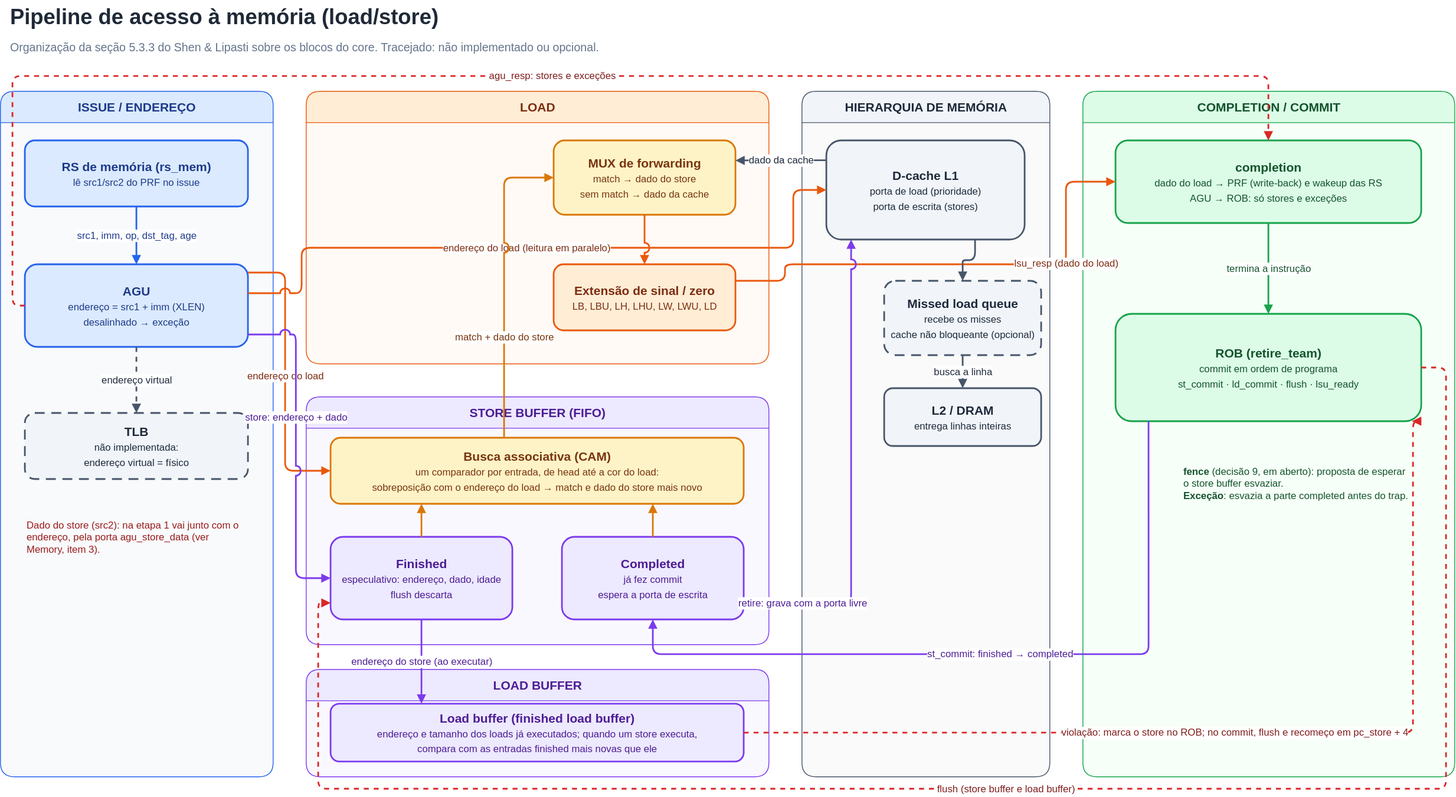
Before: docs/desenho_caminho_dados/memory_datapath/memory.drawio.svg, a diagram exported from draw.io (SoaresDavidson/superscalar-riscv). Source tidied: cells renumbered, new cells last; positions are measured from the earlier drawing's top-left corner, leaving out a move shared by most shapes.
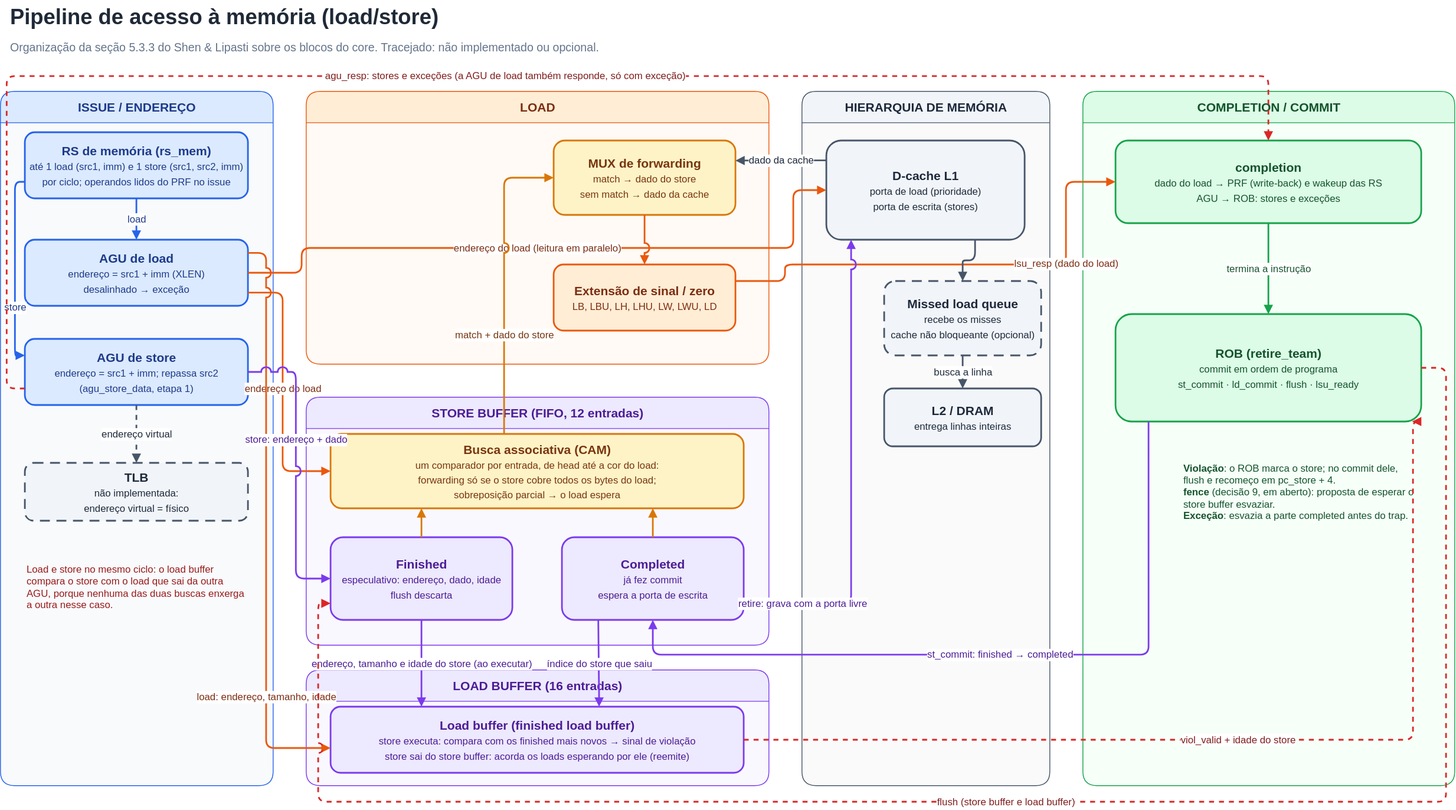
After the change.

Commit message:
docs(memory): duas AGUs, sinal de violação e despertar de loads no diagrama

What changed in the source:
```diff
@@ -11,12 +11,15 @@
     <mxCell id="4" value="ISSUE / ENDEREÇO" style="swimlane;html=1;rounded=1;startSize=38;horizontal=1;fillColor=#DBEAFE;swimlaneFillColor=#F8FAFC;strokeColor=#2563EB;fontColor=#1E3A8A;fontStyle=1;fontSize=15;" parent="1" vertex="1">
-      <mxGeometry y="110" width="330" height="830" as="geometry" />
+      <mxGeometry y="110" width="330" height="840" as="geometry" />
     </mxCell>
-    <mxCell id="5" value="&lt;b&gt;RS de memória (rs_mem)&lt;/b&gt;&lt;br&gt;&lt;font style=&quot;font-size:12px;font-weight:normal&quot;&gt;lê src1/src2 do PRF no issue&lt;/font&gt;" style="rounded=1;whiteSpace=wrap;html=1;fillColor=#DBEAFE;strokeColor=#2563EB;strokeWidth=2;fontSize=15;fontColor=#1E3A8A;" parent="4" vertex="1">
-      <mxGeometry x="30" y="60" width="270" height="80" as="geometry" />
+    <mxCell id="5" value="&lt;b&gt;RS de memória (rs_mem)&lt;/b&gt;&lt;br&gt;&lt;font style=&quot;font-size:12px;font-weight:normal&quot;&gt;até 1 load (src1, imm) e 1 store (src1, src2, imm)&lt;br&gt;por ciclo; operandos lidos do PRF no issue&lt;/font&gt;" style="rounded=1;whiteSpace=wrap;html=1;fillColor=#DBEAFE;strokeColor=#2563EB;strokeWidth=2;fontSize=15;fontColor=#1E3A8A;" parent="4" vertex="1">
+      <mxGeometry x="30" y="50" width="270" height="80" as="geometry" />
     </mxCell>
-    <mxCell id="6" value="&lt;b&gt;AGU&lt;/b&gt;&lt;br&gt;&lt;font style=&quot;font-size:12px;font-weight:normal&quot;&gt;endereço = src1 + imm (XLEN)&lt;br&gt;desalinhado → exceção&lt;/font&gt;" style="rounded=1;whiteSpace=wrap;html=1;fillColor=#DBEAFE;strokeColor=#2563EB;strokeWidth=2;fontSize=15;fontColor=#1E3A8A;" parent="4" vertex="1">
-      <mxGeometry x="30" y="210" width="270" height="100" as="geometry" />
-    </mxCell>
+    <mxCell id="46" value="&lt;b&gt;AGU de load&lt;/b&gt;&lt;br&gt;&lt;font style=&quot;font-size:12px;font-weight:normal&quot;&gt;endereço = src1 + imm (XLEN)&lt;br&gt;desalinhado → exceção&lt;/font&gt;" style="rounded=1;whiteSpace=wrap;html=1;fillColor=#DBEAFE;strokeColor=#2563EB;strokeWidth=2;fontSize=15;fontColor=#1E3A8A;" parent="4" vertex="1">
+      <mxGeometry x="30" y="180" width="270" height="80" as="geometry" />
+    </mxCell>
+    <mxCell id="47" value="&lt;b&gt;AGU de store&lt;/b&gt;&lt;br&gt;&lt;font style=&quot;font-size:12px;font-weight:normal&quot;&gt;endereço = src1 + imm; repassa src2&lt;br&gt;(agu_store_data, etapa 1)&lt;/font&gt;" style="rounded=1;whiteSpace=wrap;html=1;fillColor=#DBEAFE;strokeColor=#2563EB;strokeWidth=2;fontSize=15;fontColor=#1E3A8A;" parent="4" vertex="1">
+      <mxGeometry x="30" y="300" width="270" height="80" as="geometry" />
+    </mxCell>
     <mxCell id="7" value="&lt;b&gt;TLB&lt;/b&gt;&lt;br&gt;&lt;font style=&quot;font-size:12px;font-weight:normal&quot;&gt;não implementada:&lt;br&gt;endereço virtual = físico&lt;/font&gt;" style="rounded=1;whiteSpace=wrap;html=1;fillColor=#F1F5F9;strokeColor=#475569;strokeWidth=2;fontSize=15;fontColor=#1E293B;dashed=1;dashPattern=6 4;" parent="4" vertex="1">
-      <mxGeometry x="30" y="390" width="270" height="80" as="geometry" />
+      <mxGeometry x="30" y="450" width="270" height="70" as="geometry" />
     </mxCell>
@@ -31,7 +34,7 @@
     </mxCell>
-    <mxCell id="11" value="STORE BUFFER (FIFO)" style="swimlane;html=1;rounded=1;startSize=38;horizontal=1;fillColor=#EDE9FE;swimlaneFillColor=#FAF8FF;strokeColor=#7C3AED;fontColor=#4C1D95;fontStyle=1;fontSize=15;" parent="1" vertex="1">
+    <mxCell id="11" value="STORE BUFFER (FIFO, 12 entradas)" style="swimlane;html=1;rounded=1;startSize=38;horizontal=1;fillColor=#EDE9FE;swimlaneFillColor=#FAF8FF;strokeColor=#7C3AED;fontColor=#4C1D95;fontStyle=1;fontSize=15;" parent="1" vertex="1">
       <mxGeometry x="370" y="480" width="560" height="300" as="geometry" />
     </mxCell>
-    <mxCell id="12" value="&lt;b&gt;Busca associativa (CAM)&lt;/b&gt;&lt;br&gt;&lt;font style=&quot;font-size:12px;font-weight:normal&quot;&gt;um comparador por entrada, de head até a cor do load:&lt;br&gt;sobreposição com o endereço do load → match e dado do store mais novo&lt;/font&gt;" style="rounded=1;whiteSpace=wrap;html=1;fillColor=#FEF3C7;strokeColor=#D97706;strokeWidth=2;fontSize=15;fontColor=#78350F;" parent="11" vertex="1">
-      <mxGeometry x="30" y="50" width="500" height="80" as="geometry" />
+    <mxCell id="12" value="&lt;b&gt;Busca associativa (CAM)&lt;/b&gt;&lt;br&gt;&lt;font style=&quot;font-size:12px;font-weight:normal&quot;&gt;um comparador por entrada, de head até a cor do load:&lt;br&gt;forwarding só se o store cobre todos os bytes do load;&lt;br&gt;sobreposição parcial → o load espera&lt;/font&gt;" style="rounded=1;whiteSpace=wrap;html=1;fillColor=#FEF3C7;strokeColor=#D97706;strokeWidth=2;fontSize=15;fontColor=#78350F;" parent="11" vertex="1">
+      <mxGeometry x="30" y="45" width="500" height="90" as="geometry" />
     </mxCell>
@@ -43,10 +46,10 @@
     </mxCell>
-    <mxCell id="15" value="LOAD BUFFER" style="swimlane;html=1;rounded=1;startSize=38;horizontal=1;fillColor=#EDE9FE;swimlaneFillColor=#FAF8FF;strokeColor=#7C3AED;fontColor=#4C1D95;fontStyle=1;fontSize=15;" parent="1" vertex="1">
-      <mxGeometry x="370" y="810" width="560" height="130" as="geometry" />
+    <mxCell id="15" value="LOAD BUFFER (16 entradas)" style="swimlane;html=1;rounded=1;startSize=38;horizontal=1;fillColor=#EDE9FE;swimlaneFillColor=#FAF8FF;strokeColor=#7C3AED;fontColor=#4C1D95;fontStyle=1;fontSize=15;" parent="1" vertex="1">
+      <mxGeometry x="370" y="810" width="560" height="140" as="geometry" />
     </mxCell>
-    <mxCell id="16" value="&lt;b&gt;Load buffer (finished load buffer)&lt;/b&gt;&lt;br&gt;&lt;font style=&quot;font-size:12px;font-weight:normal&quot;&gt;endereço e tamanho dos loads já executados; quando um store executa,&lt;br&gt;compara com as entradas finished mais novas que ele&lt;/font&gt;" style="rounded=1;whiteSpace=wrap;html=1;fillColor=#EDE9FE;strokeColor=#7C3AED;strokeWidth=2;fontSize=15;fontColor=#4C1D95;" parent="15" vertex="1">
-      <mxGeometry x="30" y="42" width="500" height="70" as="geometry" />
+    <mxCell id="16" value="&lt;b&gt;Load buffer (finished load buffer)&lt;/b&gt;&lt;br&gt;&lt;font style=&quot;font-size:12px;font-weight:normal&quot;&gt;store executa: compara com os finished mais novos → sinal de violação&lt;br&gt;store sai do store buffer: acorda os loads esperando por ele (reemite)&lt;/font&gt;" style="rounded=1;whiteSpace=wrap;html=1;fillColor=#EDE9FE;strokeColor=#7C3AED;strokeWidth=2;fontSize=15;fontColor=#4C1D95;" parent="15" vertex="1">
+      <mxGeometry x="30" y="45" width="500" height="80" as="geometry" />
     </mxCell>
     <mxCell id="17" value="HIERARQUIA DE MEMÓRIA" style="swimlane;html=1;rounded=1;startSize=38;horizontal=1;fillColor=#F1F5F9;swimlaneFillColor=#FAFAFA;strokeColor=#475569;fontColor=#1E293B;fontStyle=1;fontSize=15;" parent="1" vertex="1">
-      <mxGeometry x="970" y="110" width="300" height="830" as="geometry" />
+      <mxGeometry x="970" y="110" width="300" height="840" as="geometry" />
     </mxCell>
@@ -62,5 +65,5 @@
     <mxCell id="21" value="COMPLETION / COMMIT" style="swimlane;html=1;rounded=1;startSize=38;horizontal=1;fillColor=#DCFCE7;swimlaneFillColor=#F6FFF8;strokeColor=#16A34A;fontColor=#14532D;fontStyle=1;fontSize=15;" parent="1" vertex="1">
-      <mxGeometry x="1310" y="110" width="450" height="830" as="geometry" />
+      <mxGeometry x="1310" y="110" width="450" height="840" as="geometry" />
     </mxCell>
-    <mxCell id="22" value="&lt;b&gt;completion&lt;/b&gt;&lt;br&gt;&lt;font style=&quot;font-size:12px;font-weight:normal&quot;&gt;dado do load → PRF (write-back) e wakeup das RS&lt;br&gt;AGU → ROB: só stores e exceções&lt;/font&gt;" style="rounded=1;whiteSpace=wrap;html=1;fillColor=#DCFCE7;strokeColor=#16A34A;strokeWidth=2;fontSize=15;fontColor=#14532D;" parent="21" vertex="1">
+    <mxCell id="22" value="&lt;b&gt;completion&lt;/b&gt;&lt;br&gt;&lt;font style=&quot;font-size:12px;font-weight:normal&quot;&gt;dado do load → PRF (write-back) e wakeup das RS&lt;br&gt;AGU → ROB: stores e exceções&lt;/font&gt;" style="rounded=1;whiteSpace=wrap;html=1;fillColor=#DCFCE7;strokeColor=#16A34A;strokeWidth=2;fontSize=15;fontColor=#14532D;" parent="21" vertex="1">
       <mxGeometry x="40" y="60" width="370" height="100" as="geometry" />
@@ -70,19 +73,27 @@
     </mxCell>
-    <mxCell id="24" value="Dado do store (src2): na etapa 1 vai junto com o endereço, pela porta agu_store_data (ver Memory, item 3)." style="text;html=1;whiteSpace=wrap;align=left;verticalAlign=middle;fontSize=12;fontColor=#991B1B;fontStyle=0;" parent="1" vertex="1">
-      <mxGeometry x="30" y="620" width="270" height="60" as="geometry" />
+    <mxCell id="24" value="Load e store no mesmo ciclo: o load buffer compara o store com o load que sai da outra AGU, porque nenhuma das duas buscas enxerga a outra nesse caso." style="text;html=1;whiteSpace=wrap;align=left;verticalAlign=middle;fontSize=12;fontColor=#991B1B;fontStyle=0;" parent="1" vertex="1">
+      <mxGeometry x="30" y="670" width="270" height="80" as="geometry" />
     </mxCell>
-    <mxCell id="25" value="&lt;b&gt;fence&lt;/b&gt; (decisão 9, em aberto): proposta de esperar o store buffer esvaziar.&lt;br&gt;&lt;b&gt;Exceção&lt;/b&gt;: esvazia a parte completed antes do trap." style="text;html=1;whiteSpace=wrap;align=left;verticalAlign=middle;fontSize=12;fontColor=#14532D;fontStyle=0;" parent="1" vertex="1">
-      <mxGeometry x="1430" y="550" width="280" height="70" as="geometry" />
+    <mxCell id="25" value="&lt;b&gt;Violação&lt;/b&gt;: o ROB marca o store; no commit dele, flush e recomeço em pc_store + 4.&lt;br&gt;&lt;b&gt;fence&lt;/b&gt; (decisão 9, em aberto): proposta de esperar o store buffer esvaziar.&lt;br&gt;&lt;b&gt;Exceção&lt;/b&gt;: esvazia a parte completed antes do trap." style="text;html=1;whiteSpace=wrap;align=left;verticalAlign=middle;fontSize=12;fontColor=#14532D;fontStyle=0;" parent="1" vertex="1">
+      <mxGeometry x="1430" y="540" width="290" height="110" as="geometry" />
     </mxCell>
-    <mxCell id="26" value="src1, imm, op, dst_tag, age" style="edgeStyle=orthogonalEdgeStyle;rounded=1;jettySize=auto;html=1;strokeWidth=2;strokeColor=#2563EB;endArrow=block;endFill=1;fontSize=12;fontColor=#1E3A8A;labelBackgroundColor=#FFFFFF;jumpStyle=arc;jumpSize=10;" parent="1" edge="1" source="5" target="6">
+    <mxCell id="26" value="load" style="edgeStyle=orthogonalEdgeStyle;rounded=1;jettySize=auto;html=1;strokeWidth=2;strokeColor=#2563EB;endArrow=block;endFill=1;fontSize=12;fontColor=#1E3A8A;labelBackgroundColor=#FFFFFF;jumpStyle=arc;jumpSize=10;" parent="1" edge="1" source="5" target="46">
       <mxGeometry relative="1" as="geometry" />
     </mxCell>
+    <mxCell id="48" value="store" style="edgeStyle=orthogonalEdgeStyle;rounded=1;jettySize=auto;html=1;strokeWidth=2;strokeColor=#2563EB;endArrow=block;endFill=1;fontSize=12;fontColor=#1E3A8A;labelBackgroundColor=#FFFFFF;jumpStyle=arc;jumpSize=10;exitX=0;exitY=0.75;exitDx=0;exitDy=0;entryX=0;entryY=0.25;entryDx=0;entryDy=0;" parent="1" edge="1" source="5" target="47">
+      <mxGeometry x="0.4" relative="1" as="geometry">
+        <Array as="points">
+          <mxPoint x="18" y="220" />
+          <mxPoint x="18" y="430" />
+        </Array>
+      </mxGeometry>
+    </mxCell>
-    <mxCell id="27" value="endereço virtual" style="edgeStyle=orthogonalEdgeStyle;rounded=1;jettySize=auto;html=1;strokeWidth=2;strokeColor=#475569;endArrow=block;endFill=1;fontSize=12;fontColor=#1E293B;labelBackgroundColor=#FFFFFF;jumpStyle=arc;jumpSize=10;dashed=1;" parent="1" edge="1" source="6" target="7">
+    <mxCell id="27" value="endereço virtual" style="edgeStyle=orthogonalEdgeStyle;rounded=1;jettySize=auto;html=1;strokeWidth=2;strokeColor=#475569;endArrow=block;endFill=1;fontSize=12;fontColor=#1E293B;labelBackgroundColor=#FFFFFF;jumpStyle=arc;jumpSize=10;dashed=1;" parent="1" edge="1" source="47" target="7">
       <mxGeometry relative="1" as="geometry" />
     </mxCell>
-    <mxCell id="28" value="endereço do load" style="edgeStyle=orthogonalEdgeStyle;rounded=1;jettySize=auto;html=1;strokeWidth=2;strokeColor=#EA580C;endArrow=block;endFill=1;fontSize=12;fontColor=#7C2D12;labelBackgroundColor=#FFFFFF;jumpStyle=arc;jumpSize=10;exitX=1;exitY=0.1;exitDx=0;exitDy=0;entryX=0;entryY=0.5;entryDx=0;entryDy=0;" parent="1" edge="1" source="6" target="12">
+    <mxCell id="28" value="endereço do load" style="edgeStyle=orthogonalEdgeStyle;rounded=1;jettySize=auto;html=1;strokeWidth=2;strokeColor=#EA580C;endArrow=block;endFill=1;fontSize=12;fontColor=#7C2D12;labelBackgroundColor=#FFFFFF;jumpStyle=arc;jumpSize=10;exitX=1;exitY=0.8;exitDx=0;exitDy=0;entryX=0;entryY=0.5;entryDx=0;entryDy=0;" parent="1" edge="1" source="46" target="12">
       <mxGeometry relative="1" as="geometry">
         <Array as="points">
-          <mxPoint x="345" y="330" />
-          <mxPoint x="345" y="570" />
+          <mxPoint x="342" y="354" />
+          <mxPoint x="342" y="570" />
         </Array>
@@ -90,6 +101,6 @@
     </mxCell>
-    <mxCell id="29" value="endereço do load (leitura em paralelo)" style="edgeStyle=orthogonalEdgeStyle;rounded=1;jettySize=auto;html=1;strokeWidth=2;strokeColor=#EA580C;endArrow=block;endFill=1;fontSize=12;fontColor=#7C2D12;labelBackgroundColor=#FFFFFF;jumpStyle=arc;jumpSize=10;exitX=1;exitY=0.35;exitDx=0;exitDy=0;entryX=0;entryY=0.5;entryDx=0;entryDy=0;" parent="1" edge="1" source="6" target="18">
+    <mxCell id="29" value="endereço do load (leitura em paralelo)" style="edgeStyle=orthogonalEdgeStyle;rounded=1;jettySize=auto;html=1;strokeWidth=2;strokeColor=#EA580C;endArrow=block;endFill=1;fontSize=12;fontColor=#7C2D12;labelBackgroundColor=#FFFFFF;jumpStyle=arc;jumpSize=10;exitX=1;exitY=0.5;exitDx=0;exitDy=0;entryX=0;entryY=0.5;entryDx=0;entryDy=0;" parent="1" edge="1" source="46" target="18">
       <mxGeometry x="-0.05" relative="1" as="geometry">
         <Array as="points">
-          <mxPoint x="365" y="355" />
+          <mxPoint x="365" y="330" />
           <mxPoint x="365" y="300" />
@@ -100,6 +111,14 @@
     </mxCell>
+    <mxCell id="49" value="load: endereço, tamanho, idade" style="edgeStyle=orthogonalEdgeStyle;rounded=1;jettySize=auto;html=1;strokeWidth=2;strokeColor=#EA580C;endArrow=block;endFill=1;fontSize=12;fontColor=#7C2D12;labelBackgroundColor=#FFFFFF;jumpStyle=arc;jumpSize=10;exitX=1;exitY=0.2;exitDx=0;exitDy=0;entryX=0;entryY=0.625;entryDx=0;entryDy=0;" parent="1" edge="1" source="46" target="16">
+      <mxGeometry x="0.6" relative="1" as="geometry">
+        <Array as="points">
+          <mxPoint x="322" y="306" />
+          <mxPoint x="322" y="905" />
+        </Array>
+      </mxGeometry>
+    </mxCell>
-    <mxCell id="30" value="store: endereço + dado" style="edgeStyle=orthogonalEdgeStyle;rounded=1;jettySize=auto;html=1;strokeWidth=2;strokeColor=#7C3AED;endArrow=block;endFill=1;fontSize=12;fontColor=#4C1D95;labelBackgroundColor=#FFFFFF;jumpStyle=arc;jumpSize=10;exitX=1;exitY=0.85;exitDx=0;exitDy=0;entryX=0;entryY=0.5;entryDx=0;entryDy=0;" parent="1" edge="1" source="6" target="13">
+    <mxCell id="30" value="store: endereço + dado" style="edgeStyle=orthogonalEdgeStyle;rounded=1;jettySize=auto;html=1;strokeWidth=2;strokeColor=#7C3AED;endArrow=block;endFill=1;fontSize=12;fontColor=#4C1D95;labelBackgroundColor=#FFFFFF;jumpStyle=arc;jumpSize=10;exitX=1;exitY=0.5;exitDx=0;exitDy=0;entryX=0;entryY=0.5;entryDx=0;entryDy=0;" parent="1" edge="1" source="47" target="13">
       <mxGeometry x="-0.2" relative="1" as="geometry">
         <Array as="points">
-          <mxPoint x="358" y="405" />
+          <mxPoint x="358" y="450" />
           <mxPoint x="358" y="700" />
@@ -114,2 +133,8 @@
     </mxCell>
+    <mxCell id="44" value="endereço, tamanho e idade do store (ao executar)" style="edgeStyle=orthogonalEdgeStyle;rounded=1;jettySize=auto;html=1;strokeWidth=2;strokeColor=#7C3AED;endArrow=block;endFill=1;fontSize=12;fontColor=#4C1D95;labelBackgroundColor=#FFFFFF;jumpStyle=arc;jumpSize=10;exitX=0.5;exitY=1;exitDx=0;exitDy=0;entryX=0.22;entryY=0;entryDx=0;entryDy=0;" parent="1" edge="1" source="13" target="16">
+      <mxGeometry relative="1" as="geometry" />
+    </mxCell>
+    <mxCell id="50" value="índice do store que saiu" style="edgeStyle=orthogonalEdgeStyle;rounded=1;jettySize=auto;html=1;strokeWidth=2;strokeColor=#7C3AED;endArrow=block;endFill=1;fontSize=12;fontColor=#4C1D95;labelBackgroundColor=#FFFFFF;jumpStyle=arc;jumpSize=10;exitX=0.2;exitY=1;exitDx=0;exitDy=0;entryX=0.65;entryY=0;entryDx=0;entryDy=0;" parent="1" edge="1" source="14" target="16">
+      <mxGeometry relative="1" as="geometry" />
+    </mxCell>
     <mxCell id="33" value="match + dado do store" style="edgeStyle=orthogonalEdgeStyle;rounded=1;jettySize=auto;html=1;strokeWidth=2;strokeColor=#D97706;endArrow=block;endFill=1;fontSize=12;fontColor=#78350F;labelBackgroundColor=#FFFFFF;jumpStyle=arc;jumpSize=10;exitX=0.42;exitY=0;exitDx=0;exitDy=0;entryX=0;entryY=0.5;entryDx=0;entryDy=0;" parent="1" edge="1" source="12" target="9">
@@ -117,3 +142,3 @@
         <Array as="points">
-          <mxPoint x="610" y="530" />
+          <mxPoint x="610" y="525" />
           <mxPoint x="610" y="215" />
@@ -138,7 +163,7 @@
     </mxCell>
-    <mxCell id="37" value="agu_resp: stores e exceções" style="edgeStyle=orthogonalEdgeStyle;rounded=1;jettySize=auto;html=1;strokeWidth=2;strokeColor=#DC2626;endArrow=block;endFill=1;fontSize=12;fontColor=#7F1D1D;labelBackgroundColor=#FFFFFF;jumpStyle=arc;jumpSize=10;dashed=1;exitX=0;exitY=0.5;exitDx=0;exitDy=0;entryX=0.5;entryY=0;entryDx=0;entryDy=0;" parent="1" edge="1" source="6" target="22">
+    <mxCell id="37" value="agu_resp: stores e exceções (a AGU de load também responde, só com exceção)" style="edgeStyle=orthogonalEdgeStyle;rounded=1;jettySize=auto;html=1;strokeWidth=2;strokeColor=#DC2626;endArrow=block;endFill=1;fontSize=12;fontColor=#7F1D1D;labelBackgroundColor=#FFFFFF;jumpStyle=arc;jumpSize=10;dashed=1;exitX=0;exitY=0.75;exitDx=0;exitDy=0;entryX=0.5;entryY=0;entryDx=0;entryDy=0;" parent="1" edge="1" source="47" target="22">
       <mxGeometry relative="1" as="geometry">
         <Array as="points">
-          <mxPoint x="15" y="370" />
-          <mxPoint x="15" y="92" />
+          <mxPoint x="8" y="470" />
+          <mxPoint x="8" y="92" />
           <mxPoint x="1535" y="92" />
@@ -169,4 +194,4 @@
           <mxPoint x="1750" y="445" />
-          <mxPoint x="1750" y="955" />
-          <mxPoint x="385" y="955" />
+          <mxPoint x="1750" y="970" />
+          <mxPoint x="385" y="970" />
           <mxPoint x="385" y="730" />
@@ -181,9 +206,6 @@
     </mxCell>
-    <mxCell id="44" value="endereço do store (ao executar)" style="edgeStyle=orthogonalEdgeStyle;rounded=1;jettySize=auto;html=1;strokeWidth=2;strokeColor=#7C3AED;endArrow=block;endFill=1;fontSize=12;fontColor=#4C1D95;labelBackgroundColor=#FFFFFF;jumpStyle=arc;jumpSize=10;exitX=0.5;exitY=1;exitDx=0;exitDy=0;entryX=0.22;entryY=0;entryDx=0;entryDy=0;" parent="1" edge="1" source="13" target="16">
-      <mxGeometry relative="1" as="geometry" />
-    </mxCell>
-    <mxCell id="45" value="violação: marca o store no ROB; no commit, flush e recomeço em pc_store + 4" style="edgeStyle=orthogonalEdgeStyle;rounded=1;jettySize=auto;html=1;strokeWidth=2;strokeColor=#DC2626;endArrow=block;endFill=1;fontSize=12;fontColor=#7F1D1D;labelBackgroundColor=#FFFFFF;jumpStyle=arc;jumpSize=10;dashed=1;exitX=1;exitY=0.5;exitDx=0;exitDy=0;entryX=0.97;entryY=1;entryDx=0;entryDy=0;" parent="1" edge="1" source="16" target="23">
+    <mxCell id="45" value="viol_valid + idade do store" style="edgeStyle=orthogonalEdgeStyle;rounded=1;jettySize=auto;html=1;strokeWidth=2;strokeColor=#DC2626;endArrow=block;endFill=1;fontSize=12;fontColor=#7F1D1D;labelBackgroundColor=#FFFFFF;jumpStyle=arc;jumpSize=10;dashed=1;exitX=1;exitY=0.5;exitDx=0;exitDy=0;entryX=0.97;entryY=1;entryDx=0;entryDy=0;" parent="1" edge="1" source="16" target="23">
       <mxGeometry relative="1" as="geometry">
         <Array as="points">
-          <mxPoint x="1710" y="887" />
+          <mxPoint x="1710" y="895" />
         </Array>
```
